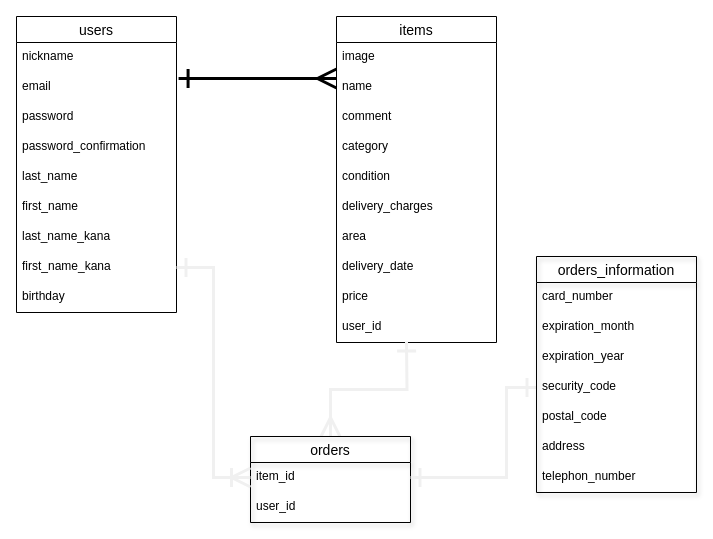
The draw.io diagram furima.dio in suzuneko00/furima-34699, before the edit. Source tidied: cells renumbered, new cells numbered last; positions are measured from the earlier drawing's top-left corner, leaving out a move shared by most shapes. Both pictures are drawn from the tidied source at 100%, with x=0, y=0 at pixel (16, 16).
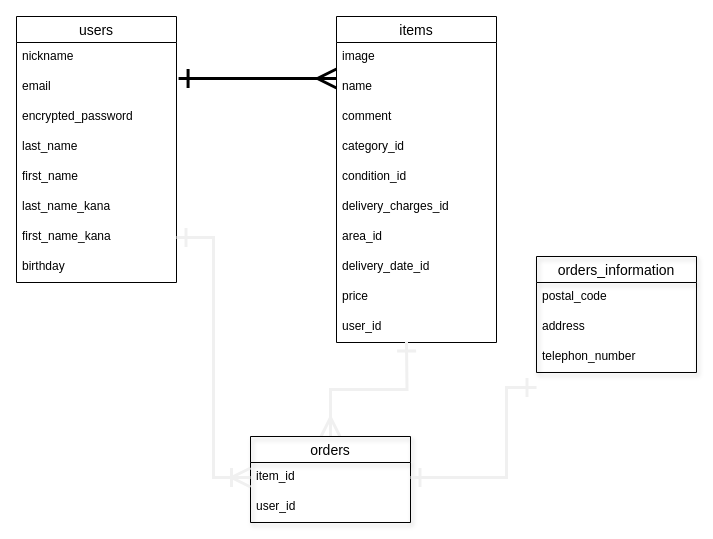
The same diagram, later.

Commit message (it also covers changes not shown here):
データベース設計の記述の修正

Unchanged cells that the change refers to:
```xml
<mxCell id="13" value="items" style="swimlane;fontStyle=0;horizontal=1;startSize=26;align=center;fontSize=14;" parent="1" vertex="1">
  <mxGeometry x="320" width="160" height="326" as="geometry" />
</mxCell>
<mxCell id="27" value="item_id" style="text;strokeColor=none;fillColor=none;spacingLeft=4;spacingRight=4;overflow=hidden;points=[[0,0.5],[1,0.5]];portConstraint=eastwest;fontSize=12;" parent="26" vertex="1">
  <mxGeometry y="26" width="160" height="30" as="geometry" />
</mxCell>
```

Diff of the diagram source:
```diff
@@
     <mxCell id="2" value="users" style="swimlane;fontStyle=0;horizontal=1;startSize=26;align=center;fontSize=14;" parent="1" vertex="1">
-      <mxGeometry width="160" height="296" as="geometry" />
+      <mxGeometry width="160" height="266" as="geometry" />
     </mxCell>
@@
-    <mxCell id="5" value="password" style="text;strokeColor=none;fillColor=none;spacingLeft=4;spacingRight=4;overflow=hidden;fontSize=12;shadow=1;" parent="2" vertex="1">
+    <mxCell id="5" value="encrypted_password" style="text;strokeColor=none;fillColor=none;spacingLeft=4;spacingRight=4;overflow=hidden;fontSize=12;shadow=1;" parent="2" vertex="1">
       <mxGeometry y="86" width="160" height="30" as="geometry" />
     </mxCell>
-    <mxCell id="6" value="password_confirmation" style="text;strokeColor=none;fillColor=none;spacingLeft=4;spacingRight=4;overflow=hidden;fontSize=12;shadow=1;" parent="2" vertex="1">
-      <mxGeometry y="116" width="160" height="30" as="geometry" />
-    </mxCell>
     <mxCell id="7" value="last_name" style="text;strokeColor=none;fillColor=none;spacingLeft=4;spacingRight=4;overflow=hidden;fontSize=12;shadow=1;" parent="2" vertex="1">
-      <mxGeometry y="146" width="160" height="30" as="geometry" />
+      <mxGeometry y="116" width="160" height="30" as="geometry" />
     </mxCell>
     <mxCell id="8" value="first_name" style="text;strokeColor=none;fillColor=none;spacingLeft=4;spacingRight=4;overflow=hidden;fontSize=12;shadow=1;" parent="2" vertex="1">
-      <mxGeometry y="176" width="160" height="30" as="geometry" />
+      <mxGeometry y="146" width="160" height="30" as="geometry" />
     </mxCell>
     <mxCell id="9" value="last_name_kana" style="text;strokeColor=none;fillColor=none;spacingLeft=4;spacingRight=4;overflow=hidden;fontSize=12;shadow=1;" parent="2" vertex="1">
-      <mxGeometry y="206" width="160" height="30" as="geometry" />
+      <mxGeometry y="176" width="160" height="30" as="geometry" />
     </mxCell>
     <mxCell id="10" value="first_name_kana" style="text;strokeColor=none;fillColor=none;spacingLeft=4;spacingRight=4;overflow=hidden;points=[[0,0.5],[1,0.5]];portConstraint=eastwest;fontSize=12;shadow=1;" parent="2" vertex="1">
-      <mxGeometry y="236" width="160" height="30" as="geometry" />
+      <mxGeometry y="206" width="160" height="30" as="geometry" />
     </mxCell>
     <mxCell id="11" value="birthday" style="text;strokeColor=none;fillColor=none;spacingLeft=4;spacingRight=4;overflow=hidden;fontSize=12;shadow=1;" parent="2" vertex="1">
-      <mxGeometry y="266" width="160" height="30" as="geometry" />
+      <mxGeometry y="236" width="160" height="30" as="geometry" />
     </mxCell>
@@
-    <mxCell id="17" value="category" style="text;strokeColor=none;fillColor=none;spacingLeft=4;spacingRight=4;overflow=hidden;points=[[0,0.5],[1,0.5]];portConstraint=eastwest;fontSize=12;" parent="13" vertex="1">
+    <mxCell id="17" value="category_id" style="text;strokeColor=none;fillColor=none;spacingLeft=4;spacingRight=4;overflow=hidden;points=[[0,0.5],[1,0.5]];portConstraint=eastwest;fontSize=12;" parent="13" vertex="1">
       <mxGeometry y="116" width="160" height="30" as="geometry" />
     </mxCell>
-    <mxCell id="18" value="condition" style="text;strokeColor=none;fillColor=none;spacingLeft=4;spacingRight=4;overflow=hidden;fontSize=12;" parent="13" vertex="1">
+    <mxCell id="18" value="condition_id" style="text;strokeColor=none;fillColor=none;spacingLeft=4;spacingRight=4;overflow=hidden;fontSize=12;" parent="13" vertex="1">
       <mxGeometry y="146" width="160" height="30" as="geometry" />
     </mxCell>
-    <mxCell id="19" value="delivery_charges" style="text;strokeColor=none;fillColor=none;spacingLeft=4;spacingRight=4;overflow=hidden;fontSize=12;" parent="13" vertex="1">
+    <mxCell id="19" value="delivery_charges_id" style="text;strokeColor=none;fillColor=none;spacingLeft=4;spacingRight=4;overflow=hidden;fontSize=12;" parent="13" vertex="1">
       <mxGeometry y="176" width="160" height="30" as="geometry" />
     </mxCell>
-    <mxCell id="20" value="area" style="text;strokeColor=none;fillColor=none;spacingLeft=4;spacingRight=4;overflow=hidden;fontSize=12;" parent="13" vertex="1">
+    <mxCell id="20" value="area_id" style="text;strokeColor=none;fillColor=none;spacingLeft=4;spacingRight=4;overflow=hidden;fontSize=12;" parent="13" vertex="1">
       <mxGeometry y="206" width="160" height="30" as="geometry" />
     </mxCell>
-    <mxCell id="21" value="delivery_date" style="text;strokeColor=none;fillColor=none;spacingLeft=4;spacingRight=4;overflow=hidden;fontSize=12;" parent="13" vertex="1">
+    <mxCell id="21" value="delivery_date_id" style="text;strokeColor=none;fillColor=none;spacingLeft=4;spacingRight=4;overflow=hidden;fontSize=12;" parent="13" vertex="1">
       <mxGeometry y="236" width="160" height="30" as="geometry" />
     </mxCell>
@@
-    <mxCell id="30" style="edgeStyle=orthogonalEdgeStyle;rounded=0;jettySize=auto;html=1;exitX=1;exitY=0.5;exitDx=0;exitDy=0;startArrow=ERone;startFill=0;startSize=15;sourcePerimeterSpacing=0;endArrow=ERone;endFill=0;endSize=15;targetPerimeterSpacing=0;strokeColor=#f0f0f0;strokeWidth=3;entryX=0;entryY=0.5;entryDx=0;entryDy=0;" parent="1" edge="1" source="27" target="35">
+    <mxCell id="30" style="edgeStyle=orthogonalEdgeStyle;rounded=0;jettySize=auto;html=1;exitX=1;exitY=0.5;exitDx=0;exitDy=0;startArrow=ERone;startFill=0;startSize=15;sourcePerimeterSpacing=0;endArrow=ERone;endFill=0;endSize=15;targetPerimeterSpacing=0;strokeColor=#f0f0f0;strokeWidth=3;entryX=0;entryY=0.5;entryDx=0;entryDy=0;" parent="1" edge="1" source="27">
       <mxGeometry relative="1" as="geometry">
+        <mxPoint x="520" y="371" as="targetPoint" />
         <Array as="points">
           <mxPoint x="490" y="461" />
           <mxPoint x="490" y="371" />
         </Array>
       </mxGeometry>
     </mxCell>
     <mxCell id="31" value="orders_information" style="swimlane;fontStyle=0;horizontal=1;startSize=26;align=center;fontSize=14;shadow=1;fillColor=none;" parent="1" vertex="1">
-      <mxGeometry x="520" y="240" width="160" height="236" as="geometry" />
+      <mxGeometry x="520" y="240" width="160" height="116" as="geometry" />
     </mxCell>
-    <mxCell id="32" value="card_number" style="text;strokeColor=none;fillColor=none;spacingLeft=4;spacingRight=4;overflow=hidden;fontSize=12;" parent="31" vertex="1">
-      <mxGeometry y="26" width="160" height="30" as="geometry" />
-    </mxCell>
-    <mxCell id="33" value="expiration_month" style="text;strokeColor=none;fillColor=none;spacingLeft=4;spacingRight=4;overflow=hidden;fontSize=12;" parent="31" vertex="1">
-      <mxGeometry y="56" width="160" height="30" as="geometry" />
-    </mxCell>
-    <mxCell id="34" value="expiration_year" style="text;strokeColor=none;fillColor=none;spacingLeft=4;spacingRight=4;overflow=hidden;fontSize=12;" parent="31" vertex="1">
-      <mxGeometry y="86" width="160" height="30" as="geometry" />
-    </mxCell>
-    <mxCell id="35" value="security_code" style="text;strokeColor=none;fillColor=none;spacingLeft=4;spacingRight=4;overflow=hidden;points=[[0,0.5],[1,0.5]];portConstraint=eastwest;fontSize=12;" parent="31" vertex="1">
-      <mxGeometry y="116" width="160" height="30" as="geometry" />
-    </mxCell>
     <mxCell id="36" value="postal_code" style="text;strokeColor=none;fillColor=none;spacingLeft=4;spacingRight=4;overflow=hidden;fontSize=12;" parent="31" vertex="1">
-      <mxGeometry y="146" width="160" height="30" as="geometry" />
+      <mxGeometry y="26" width="160" height="30" as="geometry" />
     </mxCell>
     <mxCell id="37" value="address" style="text;strokeColor=none;fillColor=none;spacingLeft=4;spacingRight=4;overflow=hidden;fontSize=12;" parent="31" vertex="1">
-      <mxGeometry y="176" width="160" height="30" as="geometry" />
+      <mxGeometry y="56" width="160" height="30" as="geometry" />
     </mxCell>
     <mxCell id="38" value="telephon_number" style="text;strokeColor=none;fillColor=none;spacingLeft=4;spacingRight=4;overflow=hidden;fontSize=12;" parent="31" vertex="1">
-      <mxGeometry y="206" width="160" height="30" as="geometry" />
+      <mxGeometry y="86" width="160" height="30" as="geometry" />
     </mxCell>
```
